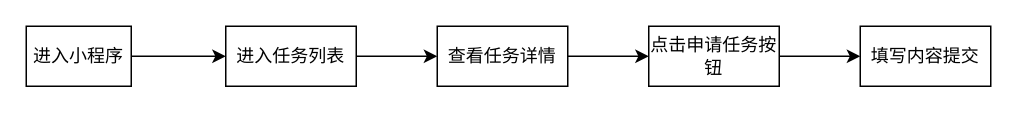
Earlier version of the draw.io diagram task7.2.drawio (ouyangxiong-bit/deer-flow). Source tidied: cells renumbered, new cells numbered last; positions are measured from the earlier drawing's top-left corner, leaving out a move shared by most shapes. Both pictures are drawn from the tidied source at 150%, with x=0, y=0 at pixel (26, 26).
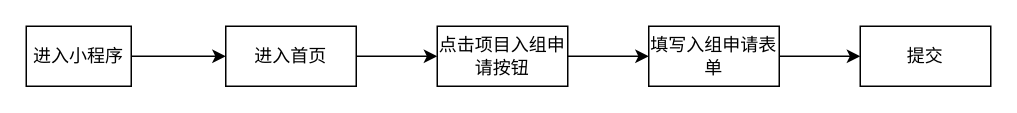
The same diagram, later.

What changed in the source:
```diff
@@
 <mxGraphModel>
   <root>
     <mxCell id="0" />
     <mxCell id="1" parent="0" />
     <mxCell id="2" style="edgeStyle=orthogonalEdgeStyle;rounded=0;jettySize=auto;html=1;fontFamily=Helvetica;" parent="1" edge="1" source="3" target="5">
       <mxGeometry relative="1" as="geometry" />
     </mxCell>
     <mxCell id="3" value="进入小程序" style="rounded=0;whiteSpace=wrap;html=1;fontFamily=Helvetica;" parent="1" vertex="1">
       <mxGeometry width="70" height="40" as="geometry" />
     </mxCell>
     <mxCell id="4" style="edgeStyle=orthogonalEdgeStyle;rounded=0;jettySize=auto;html=1;fontFamily=Helvetica;" parent="1" edge="1" source="5" target="7">
       <mxGeometry relative="1" as="geometry" />
     </mxCell>
-    <mxCell id="5" value="进入任务列表" style="rounded=0;whiteSpace=wrap;html=1;fontFamily=Helvetica;" parent="1" vertex="1">
+    <mxCell id="5" value="进入首页" style="rounded=0;whiteSpace=wrap;html=1;fontFamily=Helvetica;" parent="1" vertex="1">
       <mxGeometry x="133" width="87" height="40" as="geometry" />
     </mxCell>
     <mxCell id="6" style="edgeStyle=orthogonalEdgeStyle;rounded=0;jettySize=auto;html=1;fontFamily=Helvetica;" parent="1" edge="1" source="7" target="9">
       <mxGeometry relative="1" as="geometry" />
     </mxCell>
-    <mxCell id="7" value="查看任务详情" style="rounded=0;whiteSpace=wrap;html=1;fontFamily=Helvetica;" parent="1" vertex="1">
+    <mxCell id="7" value="点击项目入组申请按钮" style="rounded=0;whiteSpace=wrap;html=1;fontFamily=Helvetica;" parent="1" vertex="1">
       <mxGeometry x="274" width="87" height="40" as="geometry" />
     </mxCell>
     <mxCell id="8" style="edgeStyle=orthogonalEdgeStyle;rounded=0;jettySize=auto;html=1;fontFamily=Helvetica;" parent="1" edge="1" source="9" target="10">
       <mxGeometry relative="1" as="geometry" />
     </mxCell>
-    <mxCell id="9" value="点击申请任务按钮" style="rounded=0;whiteSpace=wrap;html=1;fontFamily=Helvetica;" parent="1" vertex="1">
+    <mxCell id="9" value="填写入组申请表单" style="rounded=0;whiteSpace=wrap;html=1;fontFamily=Helvetica;" parent="1" vertex="1">
       <mxGeometry x="415" width="87" height="40" as="geometry" />
     </mxCell>
-    <mxCell id="10" value="填写内容提交" style="rounded=0;whiteSpace=wrap;html=1;fontFamily=Helvetica;" parent="1" vertex="1">
+    <mxCell id="10" value="提交" style="rounded=0;whiteSpace=wrap;html=1;fontFamily=Helvetica;" parent="1" vertex="1">
       <mxGeometry x="556" width="87" height="40" as="geometry" />
     </mxCell>
   </root>
 </mxGraphModel>
```
